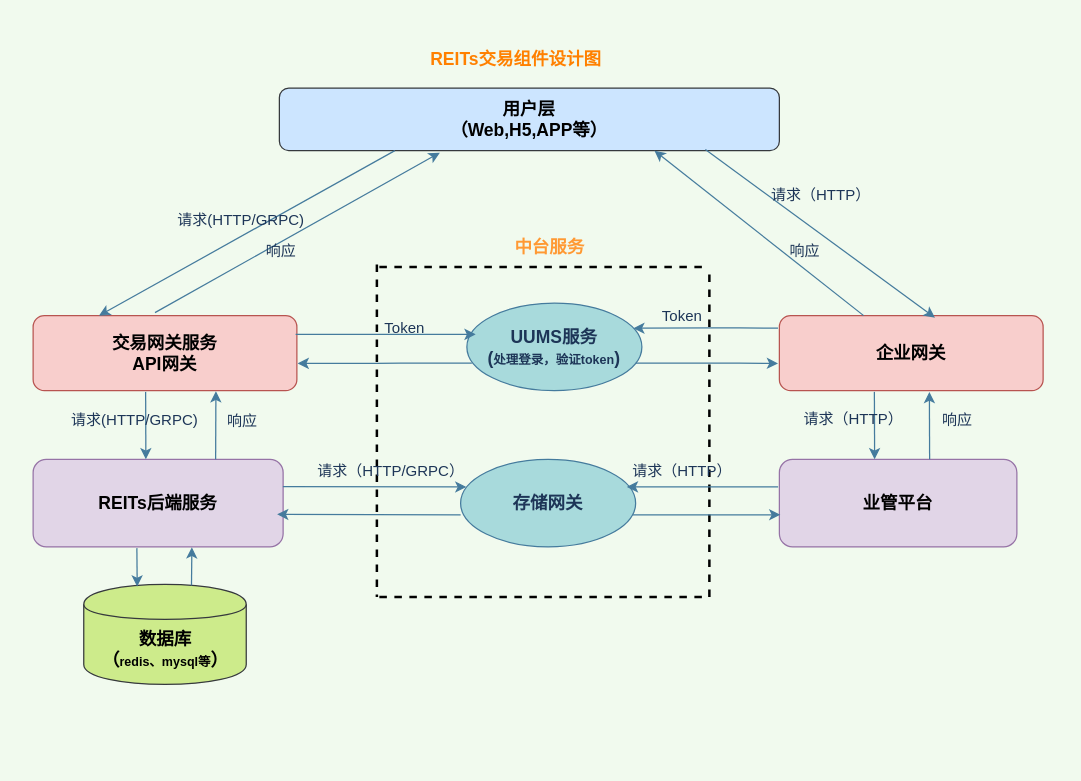
Before: page "REITs交易组件图" (1 of 6) of REITs_UML.drawio in lppgo/001UML, a draw.io diagram. Source tidied: cells renumbered, new cells numbered last; positions are measured from the earlier drawing's top-left corner, leaving out a move shared by most shapes. Both pictures are drawn from the tidied source at 125%, with x=0, y=0 at pixel (32, 46).
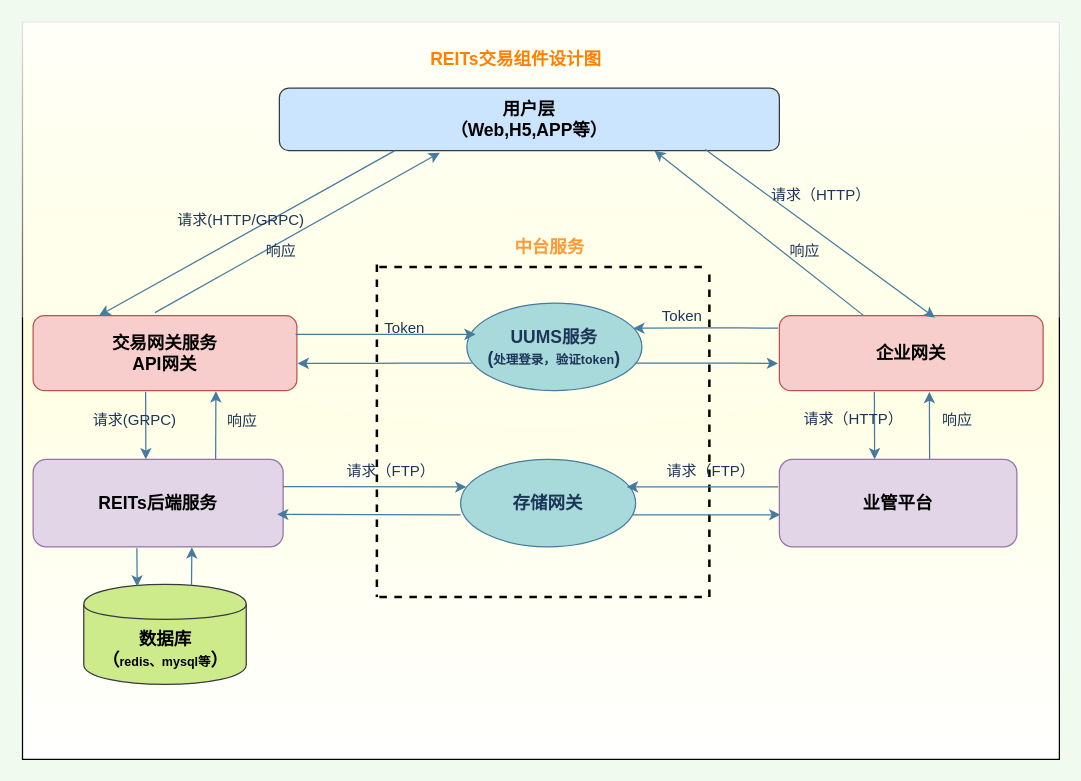
The same diagram, later.

What changed in the source:
```diff
@@
+    <mxCell id="46" style="rounded=0;whiteSpace=wrap;html=1;fillColor=#FFFFCC;gradientColor=#ffffff;gradientDirection=south;glass=1;" parent="1" vertex="1">
+      <mxGeometry x="-8.5" y="-20" width="829.5" height="590" as="geometry" />
+    </mxCell>
@@
-    <mxCell id="42" value="请求（HTTP/GRPC）" style="text;html=1;align=center;verticalAlign=middle;fillColor=none;strokeColor=none;rounded=0;sketch=0;fontColor=#1D3557;" parent="1" vertex="1">
-      <mxGeometry x="221" y="330" width="130" height="20" as="geometry" />
+    <mxCell id="42" value="请求（FTP）" style="text;html=1;align=center;verticalAlign=middle;fillColor=none;strokeColor=none;rounded=0;sketch=0;fontColor=#1D3557;" parent="1" vertex="1">
+      <mxGeometry x="241" y="330" width="90" height="20" as="geometry" />
     </mxCell>
-    <mxCell id="43" value="请求（HTTP）" style="text;html=1;align=center;verticalAlign=middle;fillColor=none;strokeColor=none;rounded=0;sketch=0;fontColor=#1D3557;" parent="1" vertex="1">
-      <mxGeometry x="474" y="330" width="90" height="20" as="geometry" />
+    <mxCell id="43" value="请求（FTP）" style="text;html=1;align=center;verticalAlign=middle;fillColor=none;strokeColor=none;rounded=0;sketch=0;fontColor=#1D3557;" parent="1" vertex="1">
+      <mxGeometry x="497" y="330" width="90" height="20" as="geometry" />
     </mxCell>
@@
-    <mxCell id="45" value="请求(HTTP/GRPC)" style="text;html=1;align=center;verticalAlign=middle;fillColor=none;strokeColor=none;rounded=0;sketch=0;fontColor=#1D3557;" parent="1" vertex="1">
-      <mxGeometry x="21" y="289" width="120" height="20" as="geometry" />
+    <mxCell id="45" value="请求(GRPC)" style="text;html=1;align=center;verticalAlign=middle;fillColor=none;strokeColor=none;rounded=0;sketch=0;fontColor=#1D3557;" parent="1" vertex="1">
+      <mxGeometry x="41" y="289" width="80" height="20" as="geometry" />
     </mxCell>
```
